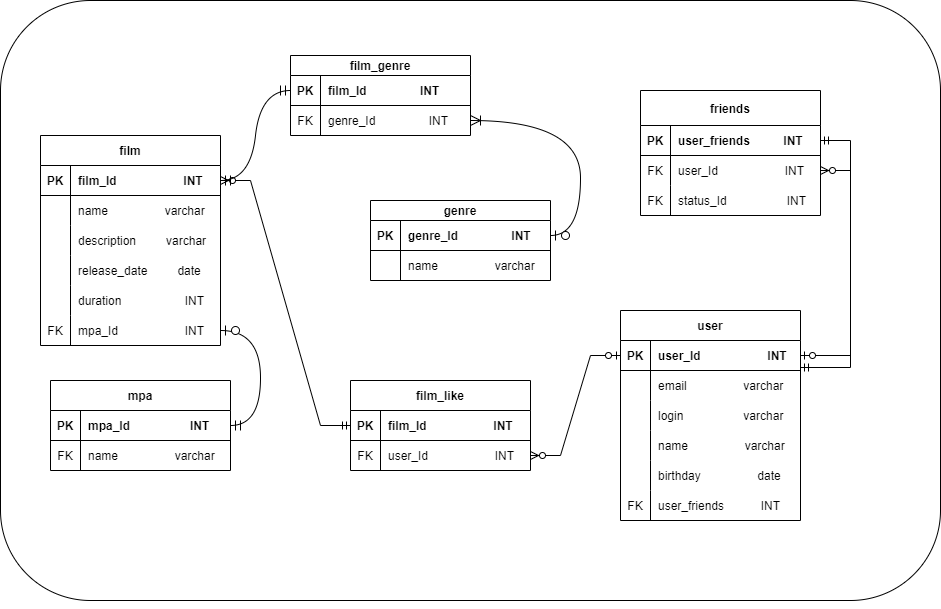
This is src/main/resources/er_diagram.png from SinDju/java-filmorate, a draw.io export, as it was before one commit. Source tidied: cells renumbered, new cells last; positions are measured from the earlier drawing's top-left corner, leaving out a move shared by most shapes.
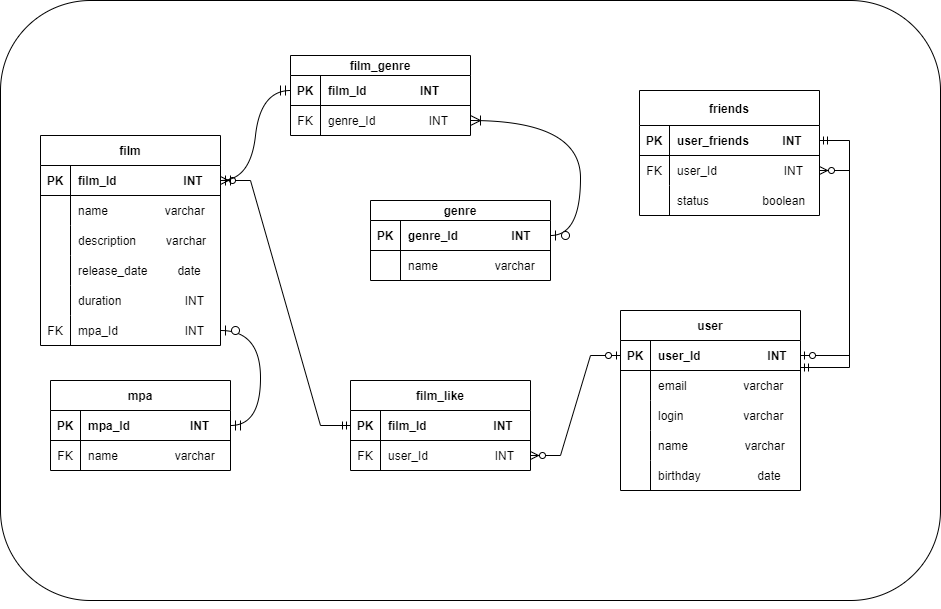
Later version of the same file.

Commit message:
fix: оканчательная версия ER diagram

Diff of the diagram source:
```diff
@@ -63,7 +63,7 @@
       <mxGeometry x="30" width="150" height="30" as="geometry" />
     </mxCell>
     <mxCell id="22" value="user" style="shape=table;startSize=30;rowLines=0;fontStyle=1;align=center;" parent="1" vertex="1">
-      <mxGeometry x="620" y="310" width="180" height="210" as="geometry" />
+      <mxGeometry x="620" y="310" width="180" height="180" as="geometry" />
     </mxCell>
     <mxCell id="23" style="shape=tableRow;horizontal=0;startSize=0;swimlaneHead=0;swimlaneBody=0;fillColor=none;points=[[0,0.5],[1,0.5]];portConstraint=eastwest;top=0;left=0;right=0;bottom=1;" parent="22" vertex="1">
       <mxGeometry y="30" width="180" height="30" as="geometry" />
@@ -110,17 +110,8 @@
     <mxCell id="37" value="birthday                 date" style="shape=partialRectangle;fillColor=none;top=0;left=0;bottom=0;right=0;align=left;spacingLeft=6;overflow=hidden;" parent="35" vertex="1">
       <mxGeometry x="30" width="150" height="30" as="geometry" />
     </mxCell>
-    <mxCell id="38" style="shape=tableRow;horizontal=0;startSize=0;swimlaneHead=0;swimlaneBody=0;fillColor=none;top=0;left=0;right=0;bottom=0;" parent="22" vertex="1">
-      <mxGeometry y="180" width="180" height="30" as="geometry" />
-    </mxCell>
-    <mxCell id="39" value="FK" style="shape=partialRectangle;fillColor=none;top=0;left=0;bottom=0;right=0;overflow=hidden;" parent="38" vertex="1">
-      <mxGeometry width="30" height="30" as="geometry" />
-    </mxCell>
-    <mxCell id="40" value="user_friends           INT" style="shape=partialRectangle;fillColor=none;top=0;left=0;bottom=0;right=0;align=left;spacingLeft=6;overflow=hidden;" parent="38" vertex="1">
-      <mxGeometry x="30" width="150" height="30" as="geometry" />
-    </mxCell>
     <mxCell id="41" value="friends" style="shape=table;startSize=35;rowLines=0;fontStyle=1;align=center;" parent="1" vertex="1">
-      <mxGeometry x="640" y="90" width="180" height="125" as="geometry" />
+      <mxGeometry x="639" y="90" width="180" height="125" as="geometry" />
     </mxCell>
     <mxCell id="42" style="shape=tableRow;horizontal=0;startSize=0;swimlaneHead=0;swimlaneBody=0;fillColor=none;points=[[0,0.5],[1,0.5]];portConstraint=eastwest;top=0;left=0;right=0;bottom=1;" parent="41" vertex="1">
       <mxGeometry y="35" width="180" height="30" as="geometry" />
@@ -143,10 +134,10 @@
     <mxCell id="48" style="shape=tableRow;horizontal=0;startSize=0;swimlaneHead=0;swimlaneBody=0;fillColor=none;top=0;left=0;right=0;bottom=0;" parent="41" vertex="1">
       <mxGeometry y="95" width="180" height="30" as="geometry" />
     </mxCell>
-    <mxCell id="49" value="FK" style="shape=partialRectangle;fillColor=none;top=0;left=0;bottom=0;right=0;overflow=hidden;" parent="48" vertex="1">
+    <mxCell id="49" style="shape=partialRectangle;fillColor=none;top=0;left=0;bottom=0;right=0;overflow=hidden;" parent="48" vertex="1">
       <mxGeometry width="30" height="30" as="geometry" />
     </mxCell>
-    <mxCell id="50" value="status_Id                  INT" style="shape=partialRectangle;fillColor=none;top=0;left=0;bottom=0;right=0;align=left;spacingLeft=6;overflow=hidden;" parent="48" vertex="1">
+    <mxCell id="50" value="status                boolean" style="shape=partialRectangle;fillColor=none;top=0;left=0;bottom=0;right=0;align=left;spacingLeft=6;overflow=hidden;" parent="48" vertex="1">
       <mxGeometry x="30" width="150" height="30" as="geometry" />
     </mxCell>
     <mxCell id="51" value="film_like" style="shape=table;startSize=30;rowLines=0;fontStyle=1;align=center;labelBackgroundColor=none;labelBorderColor=none;" parent="1" vertex="1">
```
